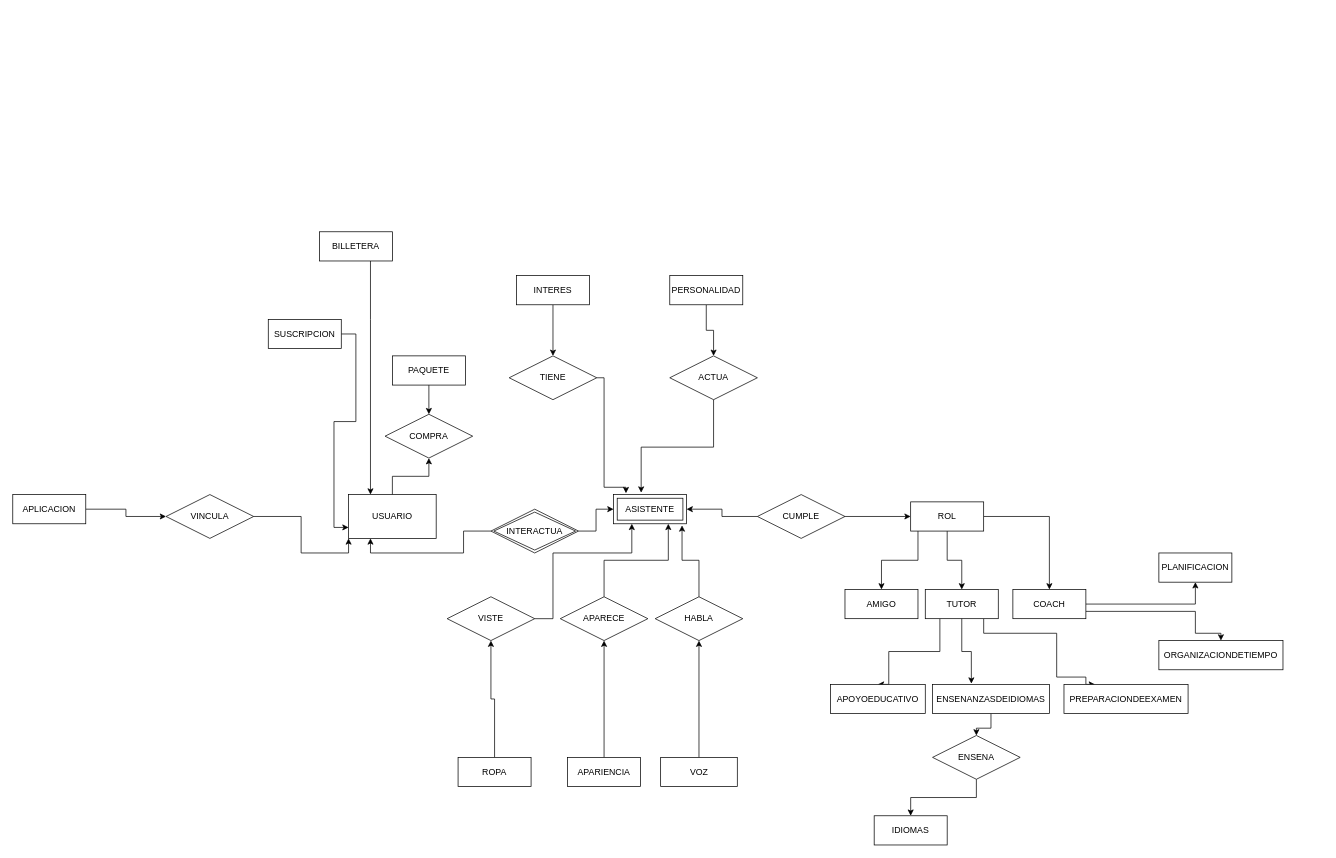
Above: obligatorio1.drawio in MartinAlonsoo/ObligatorioBD1 (draw.io), before the change. Source tidied: cells renumbered, new cells numbered last; positions are measured from the earlier drawing's top-left corner, leaving out a move shared by most shapes. Both pictures are drawn from the tidied source at 73%, with x=0, y=0 at pixel (12, 231).
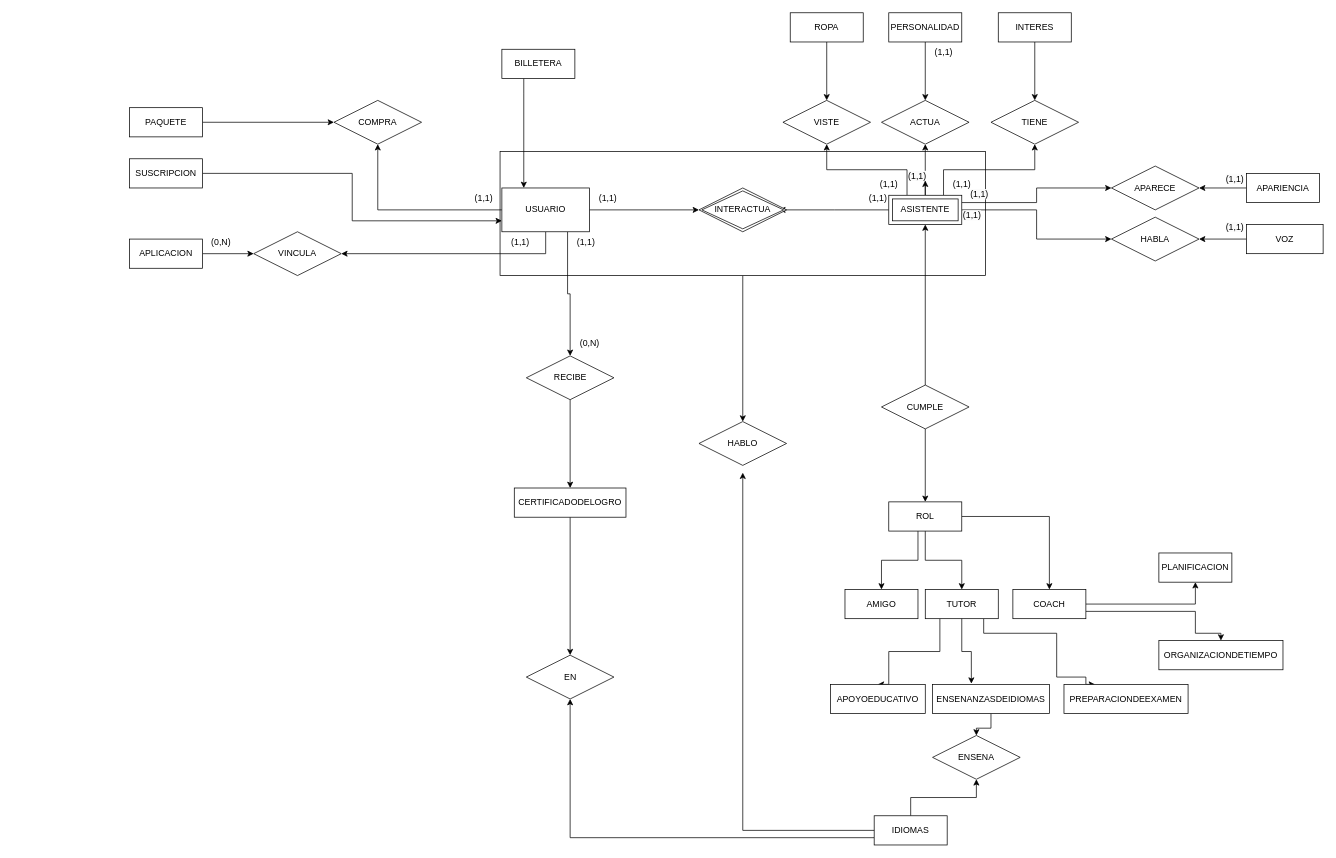
The same page after the edit.

The change refers to these unchanged cells:
```xml
<mxCell id="24" value="IDIOMAS" style="whiteSpace=wrap;html=1;align=center;" parent="1" vertex="1">
  <mxGeometry x="1180" y="800" width="100" height="40" as="geometry" />
</mxCell>
<mxCell id="51" value="ENSENA" style="shape=rhombus;perimeter=rhombusPerimeter;whiteSpace=wrap;html=1;align=center;" parent="1" vertex="1">
  <mxGeometry x="1260" y="690" width="120" height="60" as="geometry" />
</mxCell>
```

The edit, as a diff of the source:
```diff
@@
+    <mxCell id="63" style="edgeStyle=orthogonalEdgeStyle;rounded=0;jettySize=auto;html=1;entryX=0.5;entryY=0;entryDx=0;entryDy=0;" parent="1" edge="1" source="64" target="90">
+      <mxGeometry relative="1" as="geometry" />
+    </mxCell>
+    <mxCell id="64" style="rounded=0;whiteSpace=wrap;html=1;" parent="1" vertex="1">
+      <mxGeometry x="667.5" y="-110" width="665" height="170" as="geometry" />
+    </mxCell>
@@
+    <mxCell id="65" style="edgeStyle=orthogonalEdgeStyle;rounded=0;jettySize=auto;html=1;" parent="1" edge="1" source="3" target="7">
+      <mxGeometry relative="1" as="geometry" />
+    </mxCell>
+    <mxCell id="66" style="edgeStyle=orthogonalEdgeStyle;rounded=0;jettySize=auto;html=1;" parent="1" edge="1" source="3" target="62">
+      <mxGeometry relative="1" as="geometry">
+        <Array as="points">
+          <mxPoint x="730" y="30" />
+        </Array>
+      </mxGeometry>
+    </mxCell>
+    <mxCell id="67" style="edgeStyle=orthogonalEdgeStyle;rounded=0;jettySize=auto;html=1;exitX=0.75;exitY=1;exitDx=0;exitDy=0;entryX=0.5;entryY=0;entryDx=0;entryDy=0;" parent="1" edge="1" source="3" target="96">
+      <mxGeometry relative="1" as="geometry" />
+    </mxCell>
     <mxCell id="3" value="&lt;div&gt;USUARIO&lt;/div&gt;" style="rounded=0;whiteSpace=wrap;html=1;strokeColor=default;" parent="1" vertex="1">
-      <mxGeometry x="460" y="360" width="120" height="60" as="geometry" />
+      <mxGeometry x="670" y="-60" width="120" height="60" as="geometry" />
     </mxCell>
+    <mxCell id="68" style="edgeStyle=orthogonalEdgeStyle;rounded=0;jettySize=auto;html=1;" parent="1" edge="1" source="4">
+      <mxGeometry relative="1" as="geometry">
+        <mxPoint x="1050" y="-30" as="targetPoint" />
+      </mxGeometry>
+    </mxCell>
+    <mxCell id="69" style="edgeStyle=orthogonalEdgeStyle;rounded=0;jettySize=auto;html=1;entryX=0.5;entryY=1;entryDx=0;entryDy=0;" parent="1" edge="1" source="4" target="35">
+      <mxGeometry relative="1" as="geometry" />
+    </mxCell>
+    <mxCell id="70" style="edgeStyle=orthogonalEdgeStyle;rounded=0;jettySize=auto;html=1;" parent="1" edge="1" source="4">
+      <mxGeometry relative="1" as="geometry">
+        <mxPoint x="1250" y="-70" as="targetPoint" />
+      </mxGeometry>
+    </mxCell>
+    <mxCell id="71" style="edgeStyle=orthogonalEdgeStyle;rounded=0;jettySize=auto;html=1;exitX=0.75;exitY=0;exitDx=0;exitDy=0;entryX=0.5;entryY=1;entryDx=0;entryDy=0;" parent="1" edge="1" source="4" target="33">
+      <mxGeometry relative="1" as="geometry" />
+    </mxCell>
+    <mxCell id="72" style="edgeStyle=orthogonalEdgeStyle;rounded=0;jettySize=auto;html=1;exitX=0.25;exitY=0;exitDx=0;exitDy=0;entryX=0.5;entryY=1;entryDx=0;entryDy=0;" parent="1" edge="1" source="4" target="32">
+      <mxGeometry relative="1" as="geometry" />
+    </mxCell>
+    <mxCell id="73" style="edgeStyle=orthogonalEdgeStyle;rounded=0;jettySize=auto;html=1;exitX=1;exitY=0.25;exitDx=0;exitDy=0;entryX=0;entryY=0.5;entryDx=0;entryDy=0;" parent="1" edge="1" source="4" target="30">
+      <mxGeometry relative="1" as="geometry" />
+    </mxCell>
+    <mxCell id="74" style="edgeStyle=orthogonalEdgeStyle;rounded=0;jettySize=auto;html=1;entryX=0;entryY=0.5;entryDx=0;entryDy=0;" parent="1" edge="1" source="4" target="27">
+      <mxGeometry relative="1" as="geometry" />
+    </mxCell>
     <mxCell id="4" value="ASISTENTE" style="shape=ext;margin=3;double=1;whiteSpace=wrap;html=1;align=center;" parent="1" vertex="1">
-      <mxGeometry x="823" y="360" width="100" height="40" as="geometry" />
+      <mxGeometry x="1200" y="-50" width="100" height="40" as="geometry" />
     </mxCell>
-    <mxCell id="5" style="edgeStyle=orthogonalEdgeStyle;rounded=0;jettySize=auto;html=1;entryX=0;entryY=0.5;entryDx=0;entryDy=0;" parent="1" edge="1" source="7" target="4">
-      <mxGeometry relative="1" as="geometry" />
-    </mxCell>
-    <mxCell id="6" style="edgeStyle=orthogonalEdgeStyle;rounded=0;jettySize=auto;html=1;exitX=0;exitY=0.5;exitDx=0;exitDy=0;entryX=0.25;entryY=1;entryDx=0;entryDy=0;" parent="1" edge="1" source="7" target="3">
-      <mxGeometry relative="1" as="geometry" />
-    </mxCell>
     <mxCell id="7" value="INTERACTUA" style="shape=rhombus;double=1;perimeter=rhombusPerimeter;whiteSpace=wrap;html=1;align=center;" parent="1" vertex="1">
-      <mxGeometry x="655" y="380" width="120" height="60" as="geometry" />
+      <mxGeometry x="940" y="-60" width="120" height="60" as="geometry" />
     </mxCell>
@@
     <mxCell id="11" value="ROL" style="whiteSpace=wrap;html=1;align=center;" parent="1" vertex="1">
-      <mxGeometry x="1230" y="370" width="100" height="40" as="geometry" />
+      <mxGeometry x="1200" y="370" width="100" height="40" as="geometry" />
     </mxCell>
@@
-    <mxCell id="16" style="edgeStyle=orthogonalEdgeStyle;rounded=0;jettySize=auto;html=1;entryX=0.5;entryY=1;entryDx=0;entryDy=0;" parent="1" edge="1" source="17" target="30">
+    <mxCell id="16" style="edgeStyle=orthogonalEdgeStyle;rounded=0;jettySize=auto;html=1;entryX=1;entryY=0.5;entryDx=0;entryDy=0;" parent="1" edge="1" source="17" target="30">
       <mxGeometry relative="1" as="geometry" />
     </mxCell>
     <mxCell id="17" value="APARIENCIA" style="whiteSpace=wrap;html=1;align=center;" parent="1" vertex="1">
-      <mxGeometry x="760" y="720" width="100" height="40" as="geometry" />
+      <mxGeometry x="1690" y="-80" width="100" height="40" as="geometry" />
     </mxCell>
-    <mxCell id="18" style="edgeStyle=orthogonalEdgeStyle;rounded=0;jettySize=auto;html=1;entryX=0.5;entryY=1;entryDx=0;entryDy=0;" parent="1" edge="1" source="19" target="27">
+    <mxCell id="18" style="edgeStyle=orthogonalEdgeStyle;rounded=0;jettySize=auto;html=1;entryX=1;entryY=0.5;entryDx=0;entryDy=0;" parent="1" edge="1" source="19" target="27">
       <mxGeometry relative="1" as="geometry" />
     </mxCell>
     <mxCell id="19" value="VOZ" style="whiteSpace=wrap;html=1;align=center;" parent="1" vertex="1">
-      <mxGeometry x="887.5" y="720" width="105" height="40" as="geometry" />
+      <mxGeometry x="1690" y="-10" width="105" height="40" as="geometry" />
     </mxCell>
@@
     <mxCell id="21" value="PERSONALIDAD" style="whiteSpace=wrap;html=1;align=center;" parent="1" vertex="1">
-      <mxGeometry x="900" y="60" width="100" height="40" as="geometry" />
+      <mxGeometry x="1200" y="-300" width="100" height="40" as="geometry" />
     </mxCell>
@@
     <mxCell id="23" value="INTERES" style="whiteSpace=wrap;html=1;align=center;" parent="1" vertex="1">
-      <mxGeometry x="690" y="60" width="100" height="40" as="geometry" />
+      <mxGeometry x="1350" y="-300" width="100" height="40" as="geometry" />
     </mxCell>
+    <mxCell id="75" style="edgeStyle=orthogonalEdgeStyle;rounded=0;jettySize=auto;html=1;entryX=0.5;entryY=1;entryDx=0;entryDy=0;" parent="1" edge="1" source="24" target="51">
+      <mxGeometry relative="1" as="geometry" />
+    </mxCell>
+    <mxCell id="76" style="edgeStyle=orthogonalEdgeStyle;rounded=0;jettySize=auto;html=1;exitX=0;exitY=0.75;exitDx=0;exitDy=0;entryX=0.5;entryY=1;entryDx=0;entryDy=0;" parent="1" edge="1" source="24" target="94">
+      <mxGeometry relative="1" as="geometry" />
+    </mxCell>
@@
-    <mxCell id="25" style="edgeStyle=orthogonalEdgeStyle;rounded=0;jettySize=auto;html=1;entryX=0.5;entryY=1;entryDx=0;entryDy=0;" parent="1" edge="1" source="26" target="32">
+    <mxCell id="25" style="edgeStyle=orthogonalEdgeStyle;rounded=0;jettySize=auto;html=1;entryX=0.5;entryY=0;entryDx=0;entryDy=0;" parent="1" edge="1" source="26" target="32">
       <mxGeometry relative="1" as="geometry" />
     </mxCell>
     <mxCell id="26" value="ROPA" style="whiteSpace=wrap;html=1;align=center;" parent="1" vertex="1">
-      <mxGeometry x="610" y="720" width="100" height="40" as="geometry" />
+      <mxGeometry x="1065" y="-300" width="100" height="40" as="geometry" />
     </mxCell>
     <mxCell id="27" value="HABLA" style="shape=rhombus;perimeter=rhombusPerimeter;whiteSpace=wrap;html=1;align=center;" parent="1" vertex="1">
-      <mxGeometry x="880" y="500" width="120" height="60" as="geometry" />
+      <mxGeometry x="1505" y="-20" width="120" height="60" as="geometry" />
     </mxCell>
-    <mxCell id="28" style="edgeStyle=orthogonalEdgeStyle;rounded=0;jettySize=auto;html=1;entryX=0.938;entryY=1.055;entryDx=0;entryDy=0;entryPerimeter=0;" parent="1" edge="1" source="27" target="4">
-      <mxGeometry relative="1" as="geometry" />
-    </mxCell>
-    <mxCell id="29" style="edgeStyle=orthogonalEdgeStyle;rounded=0;jettySize=auto;html=1;entryX=0.75;entryY=1;entryDx=0;entryDy=0;" parent="1" edge="1" source="30" target="4">
-      <mxGeometry relative="1" as="geometry" />
-    </mxCell>
     <mxCell id="30" value="APARECE" style="shape=rhombus;perimeter=rhombusPerimeter;whiteSpace=wrap;html=1;align=center;" parent="1" vertex="1">
-      <mxGeometry x="750" y="500" width="120" height="60" as="geometry" />
+      <mxGeometry x="1505" y="-90" width="120" height="60" as="geometry" />
     </mxCell>
-    <mxCell id="31" style="edgeStyle=orthogonalEdgeStyle;rounded=0;jettySize=auto;html=1;entryX=0.25;entryY=1;entryDx=0;entryDy=0;" parent="1" edge="1" source="32" target="4">
-      <mxGeometry relative="1" as="geometry">
-        <Array as="points">
-          <mxPoint x="740" y="530" />
-          <mxPoint x="740" y="440" />
-          <mxPoint x="848" y="440" />
-        </Array>
-      </mxGeometry>
-    </mxCell>
     <mxCell id="32" value="VISTE" style="shape=rhombus;perimeter=rhombusPerimeter;whiteSpace=wrap;html=1;align=center;" parent="1" vertex="1">
-      <mxGeometry x="595" y="500" width="120" height="60" as="geometry" />
+      <mxGeometry x="1055" y="-180" width="120" height="60" as="geometry" />
     </mxCell>
     <mxCell id="33" value="TIENE" style="shape=rhombus;perimeter=rhombusPerimeter;whiteSpace=wrap;html=1;align=center;" parent="1" vertex="1">
-      <mxGeometry x="680" y="170" width="120" height="60" as="geometry" />
+      <mxGeometry x="1340" y="-180" width="120" height="60" as="geometry" />
     </mxCell>
-    <mxCell id="34" style="edgeStyle=orthogonalEdgeStyle;rounded=0;jettySize=auto;html=1;entryX=0.17;entryY=-0.045;entryDx=0;entryDy=0;entryPerimeter=0;" parent="1" edge="1" source="33" target="4">
-      <mxGeometry relative="1" as="geometry">
-        <Array as="points">
-          <mxPoint x="810" y="200" />
-          <mxPoint x="810" y="350" />
-          <mxPoint x="840" y="350" />
-        </Array>
-      </mxGeometry>
-    </mxCell>
     <mxCell id="35" value="ACTUA" style="shape=rhombus;perimeter=rhombusPerimeter;whiteSpace=wrap;html=1;align=center;" parent="1" vertex="1">
-      <mxGeometry x="900" y="170" width="120" height="60" as="geometry" />
+      <mxGeometry x="1190" y="-180" width="120" height="60" as="geometry" />
     </mxCell>
-    <mxCell id="36" style="edgeStyle=orthogonalEdgeStyle;rounded=0;jettySize=auto;html=1;entryX=0.378;entryY=-0.065;entryDx=0;entryDy=0;entryPerimeter=0;" parent="1" edge="1" source="35" target="4">
-      <mxGeometry relative="1" as="geometry" />
-    </mxCell>
+    <mxCell id="38" style="edgeStyle=orthogonalEdgeStyle;rounded=0;jettySize=auto;html=1;entryX=0.5;entryY=0;entryDx=0;entryDy=0;" parent="1" edge="1" source="39" target="11">
+      <mxGeometry relative="1" as="geometry" />
+    </mxCell>
-    <mxCell id="37" style="edgeStyle=orthogonalEdgeStyle;rounded=0;jettySize=auto;html=1;entryX=1;entryY=0.5;entryDx=0;entryDy=0;" parent="1" edge="1" source="39" target="4">
+    <mxCell id="37" style="edgeStyle=orthogonalEdgeStyle;rounded=0;jettySize=auto;html=1;entryX=0.5;entryY=1;entryDx=0;entryDy=0;" parent="1" edge="1" source="39" target="4">
       <mxGeometry relative="1" as="geometry" />
     </mxCell>
-    <mxCell id="38" style="edgeStyle=orthogonalEdgeStyle;rounded=0;jettySize=auto;html=1;entryX=0;entryY=0.5;entryDx=0;entryDy=0;" parent="1" edge="1" source="39" target="11">
-      <mxGeometry relative="1" as="geometry" />
-    </mxCell>
     <mxCell id="39" value="CUMPLE" style="shape=rhombus;perimeter=rhombusPerimeter;whiteSpace=wrap;html=1;align=center;" parent="1" vertex="1">
-      <mxGeometry x="1020" y="360" width="120" height="60" as="geometry" />
+      <mxGeometry x="1190" y="210" width="120" height="60" as="geometry" />
     </mxCell>
@@
-    <mxCell id="50" style="edgeStyle=orthogonalEdgeStyle;rounded=0;jettySize=auto;html=1;entryX=0.5;entryY=0;entryDx=0;entryDy=0;" parent="1" edge="1" source="51" target="24">
-      <mxGeometry relative="1" as="geometry" />
-    </mxCell>
@@
     <mxCell id="52" style="edgeStyle=orthogonalEdgeStyle;rounded=0;jettySize=auto;html=1;entryX=0.25;entryY=0;entryDx=0;entryDy=0;" parent="1" edge="1" source="53" target="3">
       <mxGeometry relative="1" as="geometry">
         <Array as="points">
-          <mxPoint x="490" y="120" />
-          <mxPoint x="490" y="120" />
+          <mxPoint x="700" y="-190" />
+          <mxPoint x="700" y="-190" />
         </Array>
       </mxGeometry>
     </mxCell>
     <mxCell id="53" value="BILLETERA" style="whiteSpace=wrap;html=1;align=center;" parent="1" vertex="1">
-      <mxGeometry x="420" width="100" height="40" as="geometry" />
+      <mxGeometry x="670" y="-250" width="100" height="40" as="geometry" />
     </mxCell>
@@
     <mxCell id="55" value="SUSCRIPCION" style="whiteSpace=wrap;html=1;align=center;" parent="1" vertex="1">
-      <mxGeometry x="350" y="120" width="100" height="40" as="geometry" />
+      <mxGeometry x="160" y="-100" width="100" height="40" as="geometry" />
     </mxCell>
@@
     <mxCell id="57" value="PAQUETE" style="whiteSpace=wrap;html=1;align=center;" parent="1" vertex="1">
-      <mxGeometry x="520" y="170" width="100" height="40" as="geometry" />
+      <mxGeometry x="160" y="-170" width="100" height="40" as="geometry" />
     </mxCell>
     <mxCell id="58" value="COMPRA" style="shape=rhombus;perimeter=rhombusPerimeter;whiteSpace=wrap;html=1;align=center;" parent="1" vertex="1">
-      <mxGeometry x="510" y="250" width="120" height="60" as="geometry" />
+      <mxGeometry x="440" y="-180" width="120" height="60" as="geometry" />
     </mxCell>
@@
     <mxCell id="60" value="APLICACION" style="whiteSpace=wrap;html=1;align=center;" parent="1" vertex="1">
-      <mxGeometry y="360" width="100" height="40" as="geometry" />
+      <mxGeometry x="160" y="10" width="100" height="40" as="geometry" />
     </mxCell>
-    <mxCell id="61" style="edgeStyle=orthogonalEdgeStyle;rounded=0;jettySize=auto;html=1;entryX=0;entryY=1;entryDx=0;entryDy=0;" parent="1" edge="1" source="62" target="3">
-      <mxGeometry relative="1" as="geometry" />
-    </mxCell>
     <mxCell id="62" value="VINCULA" style="shape=rhombus;perimeter=rhombusPerimeter;whiteSpace=wrap;html=1;align=center;" parent="1" vertex="1">
-      <mxGeometry x="210" y="360" width="120" height="60" as="geometry" />
+      <mxGeometry x="330" width="120" height="60" as="geometry" />
     </mxCell>
+    <mxCell id="77" value="(1,1)" style="text;html=1;align=center;verticalAlign=middle;strokeColor=none;fillColor=none;" parent="1" vertex="1">
+      <mxGeometry x="790" y="-60" width="50" height="30" as="geometry" />
+    </mxCell>
+    <mxCell id="78" value="(1,1)" style="text;html=1;align=center;verticalAlign=middle;strokeColor=none;fillColor=none;" parent="1" vertex="1">
+      <mxGeometry x="620" y="-60" width="50" height="30" as="geometry" />
+    </mxCell>
+    <mxCell id="79" value="(1,1)" style="text;html=1;align=center;verticalAlign=middle;strokeColor=none;fillColor=none;" parent="1" vertex="1">
+      <mxGeometry x="670" width="50" height="30" as="geometry" />
+    </mxCell>
+    <mxCell id="80" value="(0,N)" style="text;html=1;align=center;verticalAlign=middle;strokeColor=none;fillColor=none;" parent="1" vertex="1">
+      <mxGeometry x="260" width="50" height="30" as="geometry" />
+    </mxCell>
+    <mxCell id="81" value="(1,1)" style="text;html=1;align=center;verticalAlign=middle;strokeColor=none;fillColor=none;" parent="1" vertex="1">
+      <mxGeometry x="1160" y="-60" width="50" height="30" as="geometry" />
+    </mxCell>
+    <mxCell id="82" value="(1,1)" style="text;html=1;align=center;verticalAlign=middle;strokeColor=none;fillColor=none;" parent="1" vertex="1">
+      <mxGeometry x="1250" y="-260" width="50" height="30" as="geometry" />
+    </mxCell>
+    <mxCell id="83" value="(1,1)" style="text;html=1;align=center;verticalAlign=middle;strokeColor=none;fillColor=none;" parent="1" vertex="1">
+      <mxGeometry x="1175" y="-80" width="50" height="30" as="geometry" />
+    </mxCell>
+    <mxCell id="84" value="(1,1)" style="text;html=1;align=center;verticalAlign=middle;strokeColor=none;fillColor=none;" parent="1" vertex="1">
+      <mxGeometry x="1275" y="-80" width="50" height="30" as="geometry" />
+    </mxCell>
+    <mxCell id="85" value="&lt;span style=&quot;color: rgb(0, 0, 0); font-family: Helvetica; font-size: 12px; font-style: normal; font-variant-ligatures: normal; font-variant-caps: normal; font-weight: 400; letter-spacing: normal; orphans: 2; text-align: center; text-indent: 0px; text-transform: none; widows: 2; word-spacing: 0px; -webkit-text-stroke-width: 0px; white-space: nowrap; background-color: rgb(251, 251, 251); text-decoration-thickness: initial; text-decoration-style: initial; text-decoration-color: initial; display: inline !important; float: none;&quot;&gt;(1,1)&lt;/span&gt;" style="text;whiteSpace=wrap;html=1;" parent="1" vertex="1">
+      <mxGeometry x="1660" y="-20" width="60" height="40" as="geometry" />
+    </mxCell>
+    <mxCell id="86" value="&#10;&lt;span style=&quot;color: rgb(0, 0, 0); font-family: Helvetica; font-size: 12px; font-style: normal; font-variant-ligatures: normal; font-variant-caps: normal; font-weight: 400; letter-spacing: normal; orphans: 2; text-align: center; text-indent: 0px; text-transform: none; widows: 2; word-spacing: 0px; -webkit-text-stroke-width: 0px; white-space: nowrap; background-color: rgb(251, 251, 251); text-decoration-thickness: initial; text-decoration-style: initial; text-decoration-color: initial; display: inline !important; float: none;&quot;&gt;(1,1)&lt;/span&gt;&#10;&#10;" style="text;whiteSpace=wrap;html=1;" parent="1" vertex="1">
+      <mxGeometry x="1300" y="-50" width="60" height="40" as="geometry" />
+    </mxCell>
+    <mxCell id="87" value="&lt;span style=&quot;color: rgb(0, 0, 0); font-family: Helvetica; font-size: 12px; font-style: normal; font-variant-ligatures: normal; font-variant-caps: normal; font-weight: 400; letter-spacing: normal; orphans: 2; text-align: center; text-indent: 0px; text-transform: none; widows: 2; word-spacing: 0px; -webkit-text-stroke-width: 0px; white-space: nowrap; background-color: rgb(251, 251, 251); text-decoration-thickness: initial; text-decoration-style: initial; text-decoration-color: initial; display: inline !important; float: none;&quot;&gt;(1,1)&lt;/span&gt;" style="text;whiteSpace=wrap;html=1;" parent="1" vertex="1">
+      <mxGeometry x="1310" y="-65" width="60" height="40" as="geometry" />
+    </mxCell>
+    <mxCell id="88" value="&#10;&lt;span style=&quot;color: rgb(0, 0, 0); font-family: Helvetica; font-size: 12px; font-style: normal; font-variant-ligatures: normal; font-variant-caps: normal; font-weight: 400; letter-spacing: normal; orphans: 2; text-align: center; text-indent: 0px; text-transform: none; widows: 2; word-spacing: 0px; -webkit-text-stroke-width: 0px; white-space: nowrap; background-color: rgb(251, 251, 251); text-decoration-thickness: initial; text-decoration-style: initial; text-decoration-color: initial; display: inline !important; float: none;&quot;&gt;(1,1)&lt;/span&gt;&#10;&#10;" style="text;whiteSpace=wrap;html=1;" parent="1" vertex="1">
+      <mxGeometry x="1660" y="-100" width="60" height="40" as="geometry" />
+    </mxCell>
+    <mxCell id="89" value="&lt;span style=&quot;color: rgb(0, 0, 0); font-family: Helvetica; font-size: 12px; font-style: normal; font-variant-ligatures: normal; font-variant-caps: normal; font-weight: 400; letter-spacing: normal; orphans: 2; text-align: center; text-indent: 0px; text-transform: none; widows: 2; word-spacing: 0px; -webkit-text-stroke-width: 0px; white-space: nowrap; background-color: rgb(251, 251, 251); text-decoration-thickness: initial; text-decoration-style: initial; text-decoration-color: initial; display: inline !important; float: none;&quot;&gt;(1,1)&lt;/span&gt;" style="text;whiteSpace=wrap;html=1;" parent="1" vertex="1">
+      <mxGeometry x="1225" y="-90" width="60" height="40" as="geometry" />
+    </mxCell>
+    <mxCell id="90" value="HABLO" style="shape=rhombus;perimeter=rhombusPerimeter;whiteSpace=wrap;html=1;align=center;" parent="1" vertex="1">
+      <mxGeometry x="940" y="260" width="120" height="60" as="geometry" />
+    </mxCell>
+    <mxCell id="91" style="edgeStyle=orthogonalEdgeStyle;rounded=0;jettySize=auto;html=1;entryX=0.5;entryY=1.167;entryDx=0;entryDy=0;entryPerimeter=0;" parent="1" edge="1" source="24" target="90">
+      <mxGeometry relative="1" as="geometry" />
+    </mxCell>
+    <mxCell id="92" style="edgeStyle=orthogonalEdgeStyle;rounded=0;jettySize=auto;html=1;entryX=0.5;entryY=0;entryDx=0;entryDy=0;" parent="1" edge="1" source="93" target="94">
+      <mxGeometry relative="1" as="geometry" />
+    </mxCell>
+    <mxCell id="93" value="CERTIFICADODELOGRO" style="whiteSpace=wrap;html=1;align=center;" parent="1" vertex="1">
+      <mxGeometry x="687" y="351" width="153" height="40" as="geometry" />
+    </mxCell>
+    <mxCell id="94" value="EN" style="shape=rhombus;perimeter=rhombusPerimeter;whiteSpace=wrap;html=1;align=center;" parent="1" vertex="1">
+      <mxGeometry x="703.5" y="580" width="120" height="60" as="geometry" />
+    </mxCell>
+    <mxCell id="95" style="edgeStyle=orthogonalEdgeStyle;rounded=0;jettySize=auto;html=1;entryX=0.5;entryY=0;entryDx=0;entryDy=0;" parent="1" edge="1" source="96" target="93">
+      <mxGeometry relative="1" as="geometry" />
+    </mxCell>
+    <mxCell id="96" value="RECIBE" style="shape=rhombus;perimeter=rhombusPerimeter;whiteSpace=wrap;html=1;align=center;" parent="1" vertex="1">
+      <mxGeometry x="703.5" y="170" width="120" height="60" as="geometry" />
+    </mxCell>
+    <mxCell id="97" value="(1,1)" style="text;html=1;align=center;verticalAlign=middle;strokeColor=none;fillColor=none;" parent="1" vertex="1">
+      <mxGeometry x="760" width="50" height="30" as="geometry" />
+    </mxCell>
+    <mxCell id="98" value="(0,N)" style="text;html=1;align=center;verticalAlign=middle;strokeColor=none;fillColor=none;" parent="1" vertex="1">
+      <mxGeometry x="765" y="138" width="50" height="30" as="geometry" />
+    </mxCell>
```
